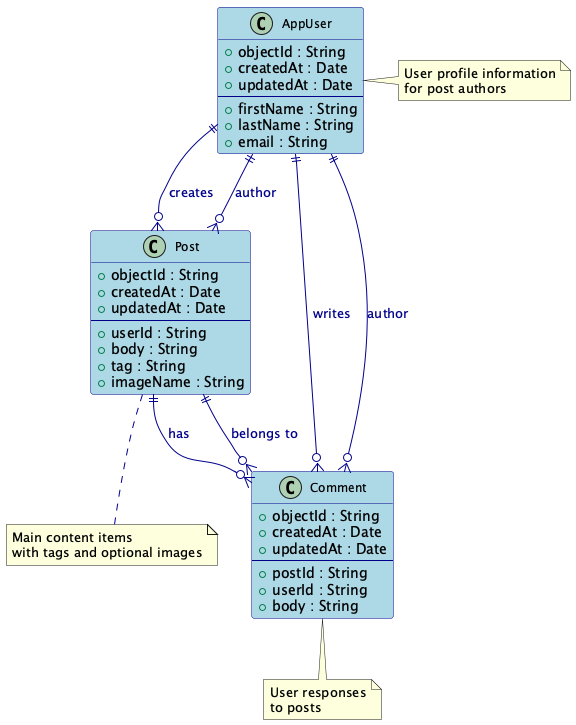
Earlier version of the PlantUML export PostStreamDatabase.png (saifulislampi/post-stream). Its diagram source:
```plantuml
@startuml PostStreamDatabase
!define RECTANGLE class

skinparam class {
    BackgroundColor LightBlue
    BorderColor DarkBlue
    FontColor Black
    FontSize 12
}

skinparam arrow {
    Color DarkBlue
    FontColor DarkBlue
}

class AppUser {
    +objectId : String
    +createdAt : Date
    +updatedAt : Date
    --
    +firstName : String
    +lastName : String
    +email : String
}

class Post {
    +objectId : String
    +createdAt : Date
    +updatedAt : Date
    --
    +userId : String
    +body : String
    +tag : String
    +imageName : String
}

class Comment {
    +objectId : String
    +createdAt : Date
    +updatedAt : Date
    --
    +postId : String
    +userId : String
    +body : String
}

AppUser ||--o{ Post : "creates"
AppUser ||--o{ Comment : "writes"
Post ||--o{ Comment : "has"

Post }o--|| AppUser : author
Comment }o--|| AppUser : author
Comment }o--|| Post : belongs to

note right of AppUser : User profile information\nfor post authors
note bottom of Post : Main content items\nwith tags and optional images
note bottom of Comment : User responses\nto posts

@enduml
```
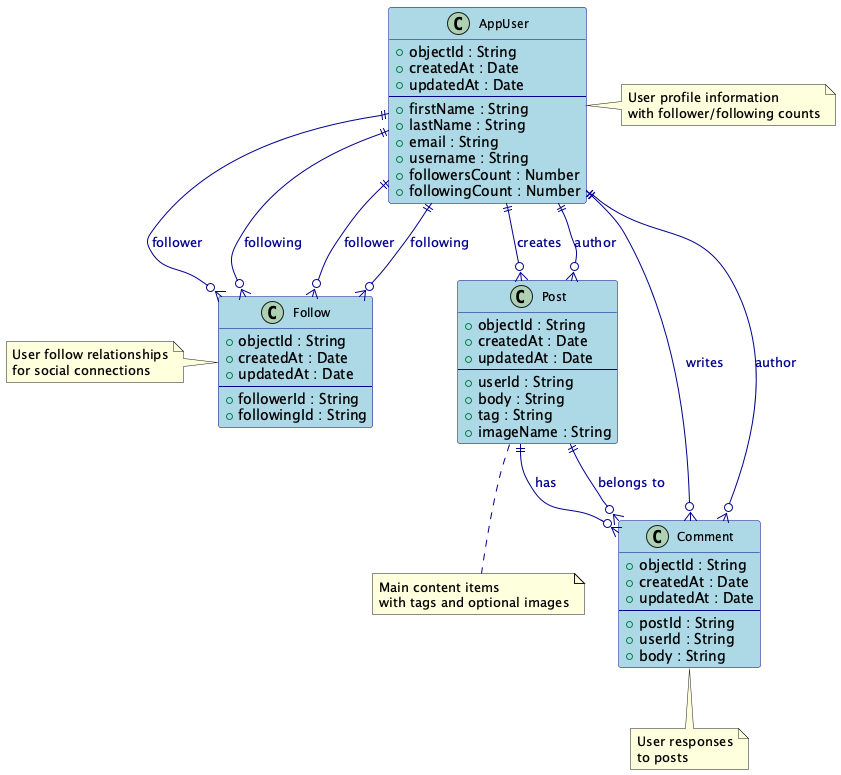
After the commit.

Commit message:
follow table added in uml

What changed in the source:
```diff
@@ -21,6 +21,9 @@
     +firstName : String
     +lastName : String
     +email : String
+    +username : String
+    +followersCount : Number
+    +followingCount : Number
 }
 
 class Post {
@@ -44,16 +47,30 @@
     +body : String
 }
 
+class Follow {
+    +objectId : String
+    +createdAt : Date
+    +updatedAt : Date
+    --
+    +followerId : String
+    +followingId : String
+}
+
 AppUser ||--o{ Post : "creates"
 AppUser ||--o{ Comment : "writes"
 Post ||--o{ Comment : "has"
+AppUser ||--o{ Follow : "follower"
+AppUser ||--o{ Follow : "following"
 
 Post }o--|| AppUser : author
 Comment }o--|| AppUser : author
 Comment }o--|| Post : belongs to
+Follow }o--|| AppUser : follower
+Follow }o--|| AppUser : following
 
-note right of AppUser : User profile information\nfor post authors
+note right of AppUser : User profile information\nwith follower/following counts
 note bottom of Post : Main content items\nwith tags and optional images
 note bottom of Comment : User responses\nto posts
+note left of Follow : User follow relationships\nfor social connections
 
 @enduml
```
